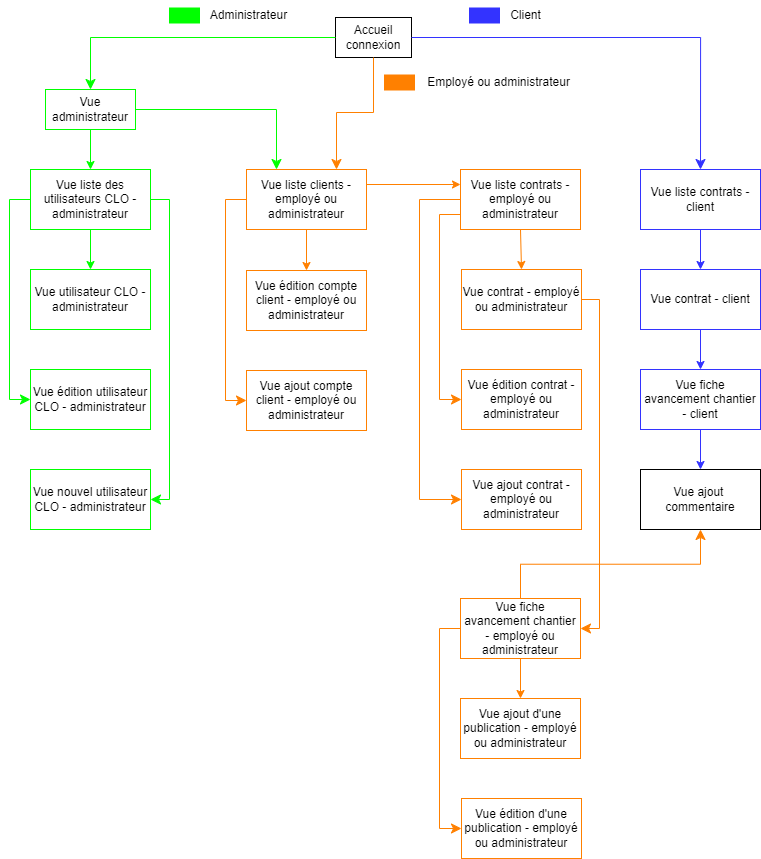
Before: specifications fonctionnelles.png, a diagram exported from draw.io (Georges-github/Stage_chez_CLO). Source tidied: cells renumbered, new cells last; positions are measured from the earlier drawing's top-left corner, leaving out a move shared by most shapes.
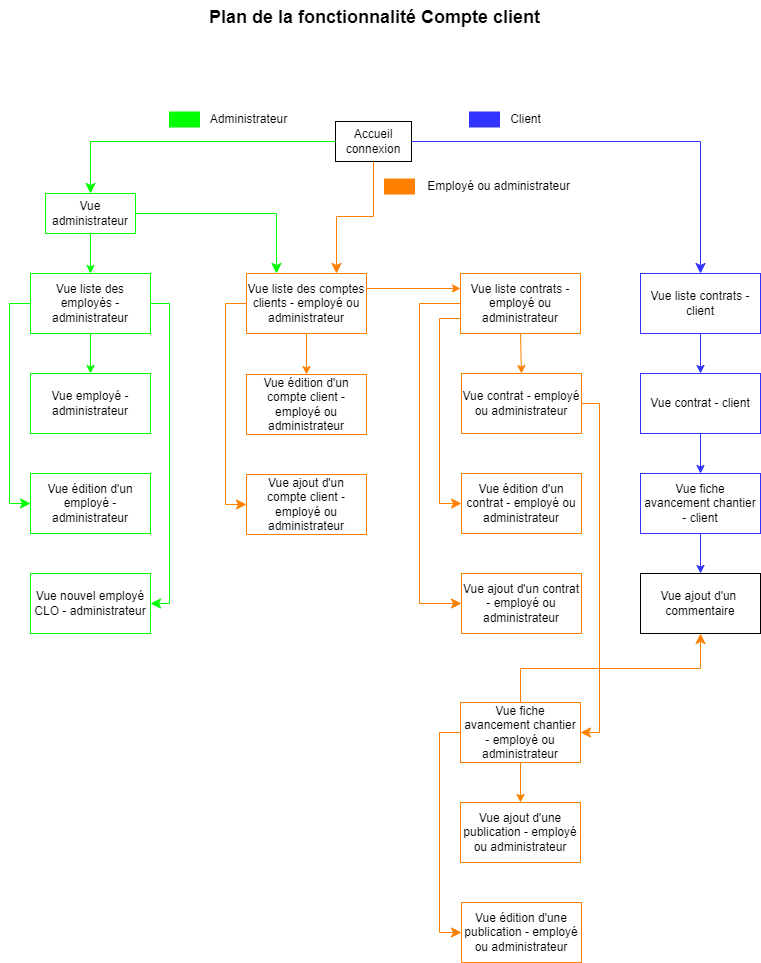
Above is the later version.

Commit message:
Ajout du fichier 'A faire.md' .

The edit, as a diff of the source:
```diff
@@ -14,13 +14,13 @@
     <mxCell id="5" style="edgeStyle=none;html=1;exitX=0.5;exitY=1;exitDx=0;exitDy=0;strokeColor=#00FF00;" parent="1" edge="1" source="6" target="8">
       <mxGeometry relative="1" as="geometry" />
     </mxCell>
-    <mxCell id="6" value="Vue liste des utilisateurs CLO - administrateur" style="rounded=0;whiteSpace=wrap;html=1;strokeColor=#00FF00;" parent="1" vertex="1">
+    <mxCell id="6" value="Vue liste des employés - administrateur" style="rounded=0;whiteSpace=wrap;html=1;strokeColor=#00FF00;" parent="1" vertex="1">
       <mxGeometry x="21" y="169" width="120" height="60" as="geometry" />
     </mxCell>
-    <mxCell id="7" value="Vue édition utilisateur CLO - administrateur" style="rounded=0;whiteSpace=wrap;html=1;strokeColor=#00FF00;" parent="1" vertex="1">
+    <mxCell id="7" value="Vue édition d'un employé&amp;nbsp;&lt;span style=&quot;background-color: transparent;&quot;&gt;- administrateur&lt;/span&gt;" style="rounded=0;whiteSpace=wrap;html=1;strokeColor=#00FF00;" parent="1" vertex="1">
       <mxGeometry x="21" y="369" width="120" height="60" as="geometry" />
     </mxCell>
-    <mxCell id="8" value="Vue utilisateur CLO - administrateur" style="rounded=0;whiteSpace=wrap;html=1;strokeColor=#00FF00;" parent="1" vertex="1">
+    <mxCell id="8" value="Vue employé - administrateur" style="rounded=0;whiteSpace=wrap;html=1;strokeColor=#00FF00;" parent="1" vertex="1">
       <mxGeometry x="21" y="269" width="120" height="60" as="geometry" />
     </mxCell>
     <mxCell id="9" style="edgeStyle=none;html=1;exitX=0.5;exitY=1;exitDx=0;exitDy=0;entryX=0.5;entryY=0;entryDx=0;entryDy=0;strokeColor=#FF8000;" parent="1" edge="1" source="11" target="18">
@@ -29,10 +29,10 @@
     <mxCell id="10" style="edgeStyle=none;html=1;exitX=1;exitY=0.25;exitDx=0;exitDy=0;entryX=0;entryY=0.25;entryDx=0;entryDy=0;strokeColor=#FF8000;" parent="1" edge="1" source="11" target="17">
       <mxGeometry relative="1" as="geometry" />
     </mxCell>
-    <mxCell id="11" value="Vue liste clients - employé ou administrateur" style="rounded=0;whiteSpace=wrap;html=1;strokeColor=#FF8000;" parent="1" vertex="1">
+    <mxCell id="11" value="Vue liste des comptes clients - employé ou administrateur" style="rounded=0;whiteSpace=wrap;html=1;strokeColor=#FF8000;" parent="1" vertex="1">
       <mxGeometry x="237" y="169" width="120" height="60" as="geometry" />
     </mxCell>
-    <mxCell id="12" value="Vue nouvel utilisateur CLO - administrateur" style="rounded=0;whiteSpace=wrap;html=1;strokeColor=#00FF00;" parent="1" vertex="1">
+    <mxCell id="12" value="Vue nouvel employé CLO - administrateur" style="rounded=0;whiteSpace=wrap;html=1;strokeColor=#00FF00;" parent="1" vertex="1">
       <mxGeometry x="21" y="469" width="120" height="60" as="geometry" />
     </mxCell>
     <mxCell id="13" style="edgeStyle=elbowEdgeStyle;elbow=horizontal;endArrow=classic;html=1;curved=0;rounded=0;endSize=8;startSize=8;exitX=0;exitY=0.5;exitDx=0;exitDy=0;strokeColor=#00FF00;" parent="1" edge="1" source="6">
@@ -63,10 +63,10 @@
     <mxCell id="17" value="Vue liste contrats - employé ou administrateur" style="rounded=0;whiteSpace=wrap;html=1;strokeColor=#FF8000;" parent="1" vertex="1">
       <mxGeometry x="451" y="169" width="120" height="60" as="geometry" />
     </mxCell>
-    <mxCell id="18" value="Vue édition compte client - employé ou administrateur" style="rounded=0;whiteSpace=wrap;html=1;strokeColor=#FF8000;" parent="1" vertex="1">
+    <mxCell id="18" value="Vue édition d'un compte client - employé ou administrateur" style="rounded=0;whiteSpace=wrap;html=1;strokeColor=#FF8000;" parent="1" vertex="1">
       <mxGeometry x="237" y="270" width="120" height="60" as="geometry" />
     </mxCell>
-    <mxCell id="19" value="Vue ajout compte client - employé ou administrateur" style="rounded=0;whiteSpace=wrap;html=1;strokeColor=#FF8000;" parent="1" vertex="1">
+    <mxCell id="19" value="Vue ajout d'un compte client - employé ou administrateur" style="rounded=0;whiteSpace=wrap;html=1;strokeColor=#FF8000;" parent="1" vertex="1">
       <mxGeometry x="237" y="370" width="120" height="60" as="geometry" />
     </mxCell>
     <mxCell id="20" style="edgeStyle=elbowEdgeStyle;elbow=horizontal;endArrow=classic;html=1;curved=0;rounded=0;endSize=8;startSize=8;exitX=0;exitY=0.5;exitDx=0;exitDy=0;entryX=0;entryY=0.5;entryDx=0;entryDy=0;strokeColor=#FF8000;" parent="1" edge="1" source="11" target="19">
@@ -89,13 +89,13 @@
         </Array>
       </mxGeometry>
     </mxCell>
-    <mxCell id="24" value="&lt;span style=&quot;color: rgb(0, 0, 0);&quot;&gt;Vue édition contrat - employé ou administrateur&lt;/span&gt;" style="rounded=0;whiteSpace=wrap;html=1;strokeColor=#FF8000;" parent="1" vertex="1">
+    <mxCell id="24" value="&lt;span style=&quot;color: rgb(0, 0, 0);&quot;&gt;Vue édition d'un contrat - employé ou administrateur&lt;/span&gt;" style="rounded=0;whiteSpace=wrap;html=1;strokeColor=#FF8000;" parent="1" vertex="1">
       <mxGeometry x="452" y="369" width="120" height="60" as="geometry" />
     </mxCell>
     <mxCell id="25" value="&lt;span style=&quot;color: rgb(0, 0, 0);&quot;&gt;Vue contrat - employé ou administrateur&lt;/span&gt;" style="rounded=0;whiteSpace=wrap;html=1;strokeColor=#FF8000;" parent="1" vertex="1">
       <mxGeometry x="452" y="269" width="120" height="60" as="geometry" />
     </mxCell>
-    <mxCell id="26" value="&lt;span style=&quot;color: rgb(0, 0, 0);&quot;&gt;Vue ajout contrat - employé ou administrateur&lt;/span&gt;" style="rounded=0;whiteSpace=wrap;html=1;strokeColor=#FF8000;" parent="1" vertex="1">
+    <mxCell id="26" value="&lt;span style=&quot;color: rgb(0, 0, 0);&quot;&gt;Vue ajout d'un contrat - employé ou administrateur&lt;/span&gt;" style="rounded=0;whiteSpace=wrap;html=1;strokeColor=#FF8000;" parent="1" vertex="1">
       <mxGeometry x="452" y="469" width="120" height="60" as="geometry" />
     </mxCell>
     <mxCell id="27" style="edgeStyle=none;html=1;exitX=0.5;exitY=1;exitDx=0;exitDy=0;entryX=0.5;entryY=0;entryDx=0;entryDy=0;strokeColor=#3333FF;" parent="1" edge="1" source="28" target="36">
@@ -136,7 +136,7 @@
     <mxCell id="36" value="Vue fiche avancement chantier - client" style="rounded=0;whiteSpace=wrap;html=1;strokeColor=#3333FF;" parent="1" vertex="1">
       <mxGeometry x="631" y="369" width="120" height="60" as="geometry" />
     </mxCell>
-    <mxCell id="37" value="Vue ajout&amp;nbsp; commentaire" style="rounded=0;whiteSpace=wrap;html=1;" parent="1" vertex="1">
+    <mxCell id="37" value="Vue ajout d'un&amp;nbsp; commentaire" style="rounded=0;whiteSpace=wrap;html=1;" parent="1" vertex="1">
       <mxGeometry x="631" y="469" width="120" height="60" as="geometry" />
     </mxCell>
     <mxCell id="38" style="edgeStyle=elbowEdgeStyle;elbow=vertical;endArrow=classic;html=1;curved=0;rounded=0;endSize=8;startSize=8;entryX=0.5;entryY=1;entryDx=0;entryDy=0;exitX=0.5;exitY=0;exitDx=0;exitDy=0;strokeColor=#FF8000;" parent="1" edge="1" source="30" target="37">
@@ -181,6 +181,9 @@
         </Array>
       </mxGeometry>
     </mxCell>
+    <mxCell id="49" value="&lt;font style=&quot;font-size: 18px;&quot;&gt;&lt;b&gt;Plan de la fonctionnalité Compte client&lt;/b&gt;&lt;/font&gt;" style="text;html=1;align=center;verticalAlign=middle;strokeColor=none;fillColor=none;" parent="1" vertex="1">
+      <mxGeometry x="190" y="-104" width="349" height="34" as="geometry" />
+    </mxCell>
     <mxCell id="48" style="edgeStyle=segmentEdgeStyle;endArrow=classic;html=1;curved=0;rounded=0;endSize=8;startSize=8;entryX=0.5;entryY=0;entryDx=0;entryDy=0;exitX=1;exitY=0.5;exitDx=0;exitDy=0;strokeColor=#3333FF;" parent="1" edge="1" source="2" target="22">
       <mxGeometry relative="1" as="geometry" />
     </mxCell>
```
